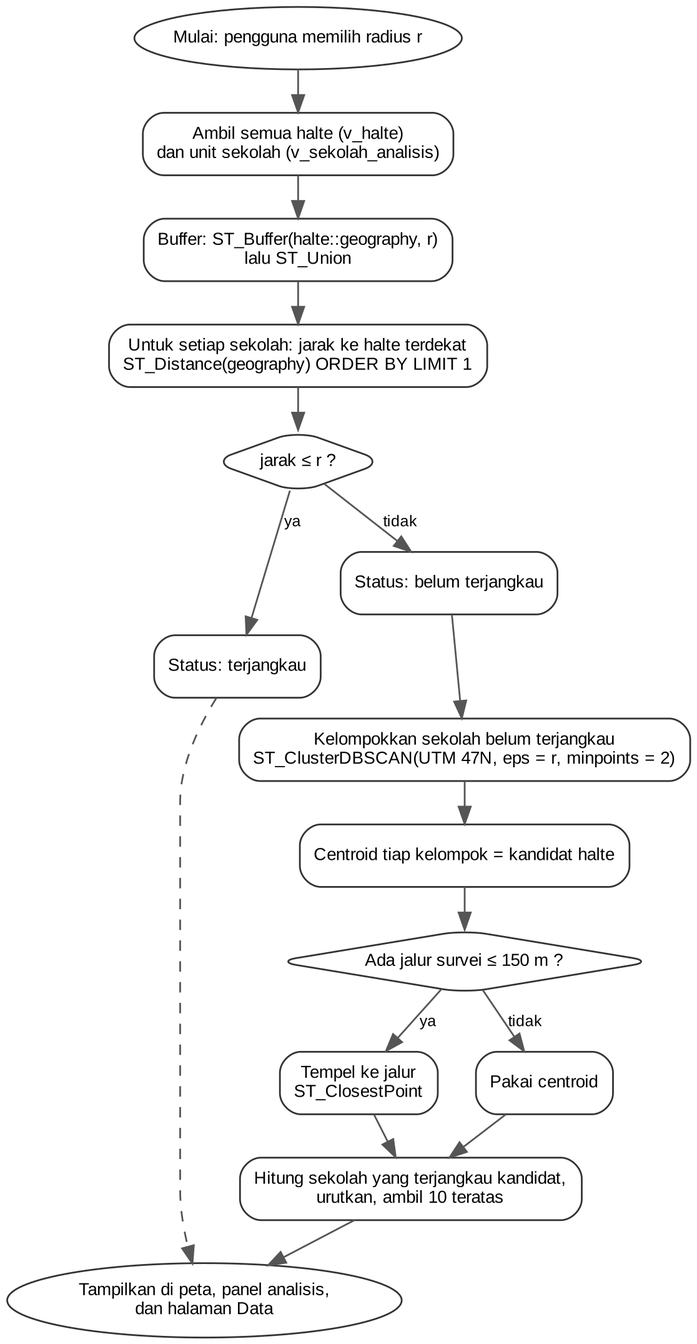
Before: laporan/diagram/alur_analisis.png, a diagram exported from Graphviz (davidsiagian02/jangkau-webgis). Its source is kept beside it as laporan/diagram/alur_analisis.dot. Source of this version:
```dot
digraph G {
  graph [fontname="Arial", dpi=200, nodesep=0.3, ranksep=0.32]; node [fontname="Arial", fontsize=10, shape=box, style=rounded, color="#333333"]; edge [color="#555555", fontname="Arial", fontsize=9];
  m [label="Mulai: pengguna memilih radius r", shape=oval];
  a [label="Ambil semua halte (v_halte)\ndan unit sekolah (v_sekolah_analisis)"];
  b [label="Buffer: ST_Buffer(halte::geography, r)\nlalu ST_Union"];
  c [label="Untuk setiap sekolah: jarak ke halte terdekat\nST_Distance(geography) ORDER BY LIMIT 1"];
  d [label="jarak ≤ r ?", shape=diamond];
  e [label="Status: terjangkau"]; f [label="Status: belum terjangkau"];
  g [label="Kelompokkan sekolah belum terjangkau\nST_ClusterDBSCAN(UTM 47N, eps = r, minpoints = 2)"];
  h [label="Centroid tiap kelompok = kandidat halte"];
  i [label="Ada jalur survei ≤ 150 m ?", shape=diamond];
  j [label="Tempel ke jalur\nST_ClosestPoint"]; k [label="Pakai centroid"];
  l [label="Hitung sekolah yang terjangkau kandidat,\nurutkan, ambil 10 teratas"];
  z [label="Tampilkan di peta, panel analisis,\ndan halaman Data", shape=oval];
  m -> a -> b -> c -> d; d -> e [label="ya"]; d -> f [label="tidak"]; e -> z [style=dashed]; f -> g -> h -> i; i -> j [label="ya"]; i -> k [label="tidak"]; j -> l; k -> l; l -> z;
}
```
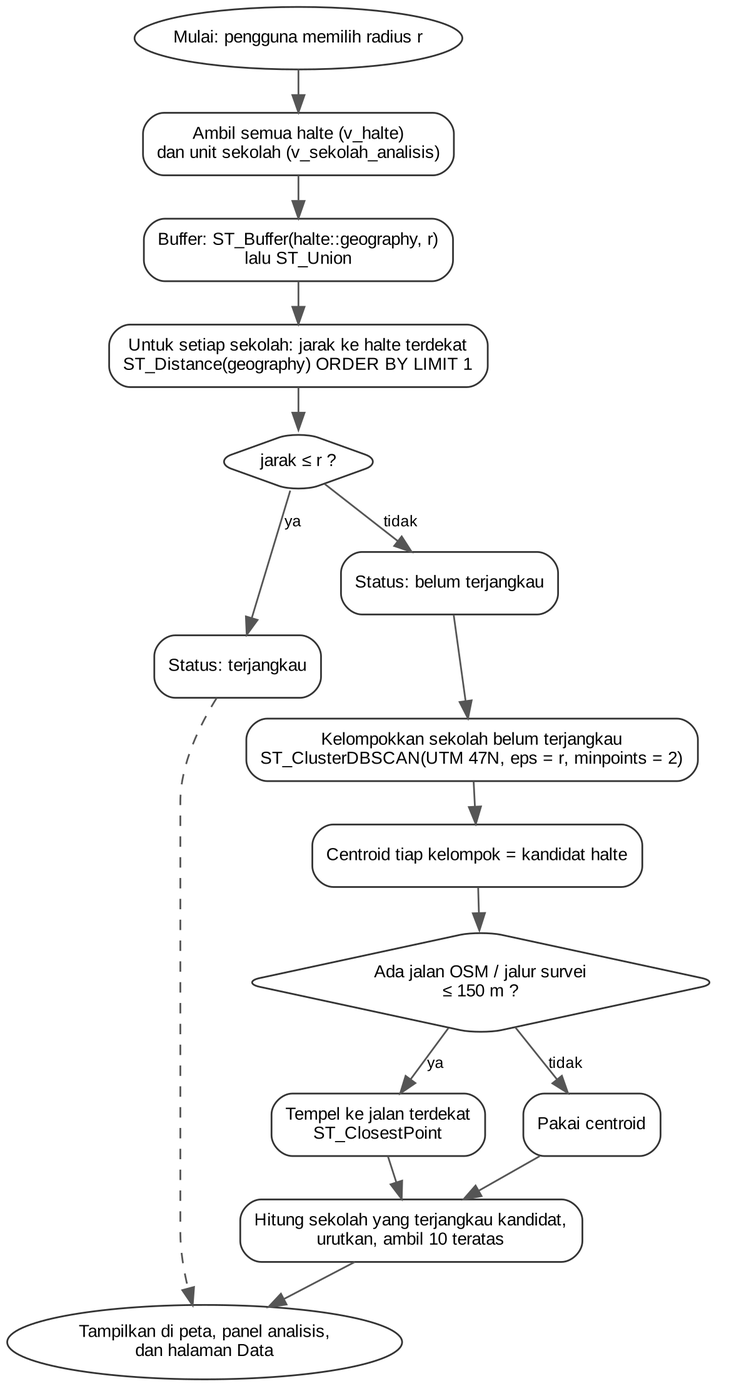
After the change.

What changed in the source:
```diff
@@ -8,8 +8,8 @@
   e [label="Status: terjangkau"]; f [label="Status: belum terjangkau"];
   g [label="Kelompokkan sekolah belum terjangkau\nST_ClusterDBSCAN(UTM 47N, eps = r, minpoints = 2)"];
   h [label="Centroid tiap kelompok = kandidat halte"];
-  i [label="Ada jalur survei ≤ 150 m ?", shape=diamond];
-  j [label="Tempel ke jalur\nST_ClosestPoint"]; k [label="Pakai centroid"];
+  i [label="Ada jalan OSM / jalur survei\n≤ 150 m ?", shape=diamond];
+  j [label="Tempel ke jalan terdekat\nST_ClosestPoint"]; k [label="Pakai centroid"];
   l [label="Hitung sekolah yang terjangkau kandidat,\nurutkan, ambil 10 teratas"];
   z [label="Tampilkan di peta, panel analisis,\ndan halaman Data", shape=oval];
   m -> a -> b -> c -> d; d -> e [label="ya"]; d -> f [label="tidak"]; e -> z [style=dashed]; f -> g -> h -> i; i -> j [label="ya"]; i -> k [label="tidak"]; j -> l; k -> l; l -> z;
```
